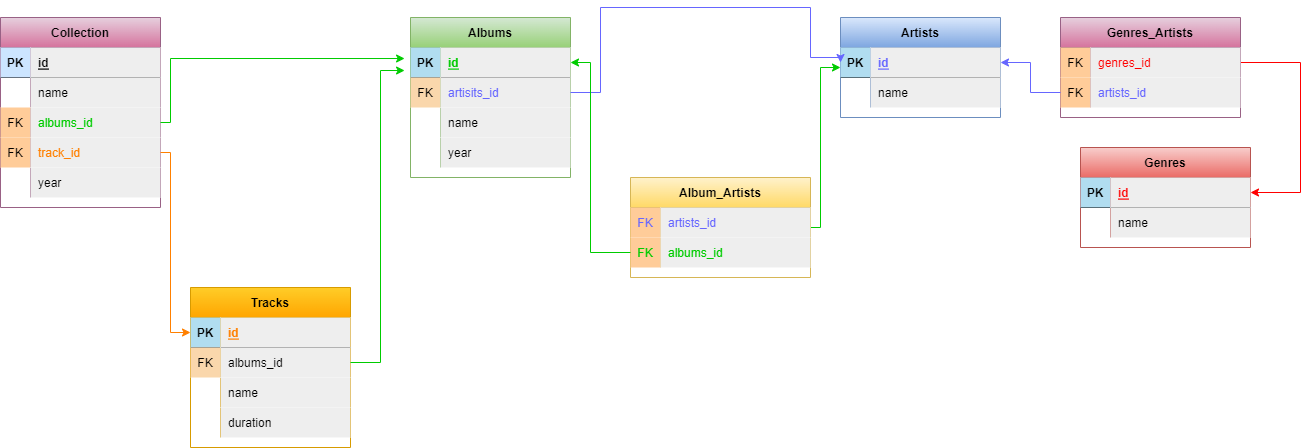
Above: music servise_02.drawio.png in NitkaMax/Homework-PostgreSQL (draw.io), before the change. Source tidied: cells renumbered, new cells last; positions are measured from the earlier drawing's top-left corner, leaving out a move shared by most shapes.
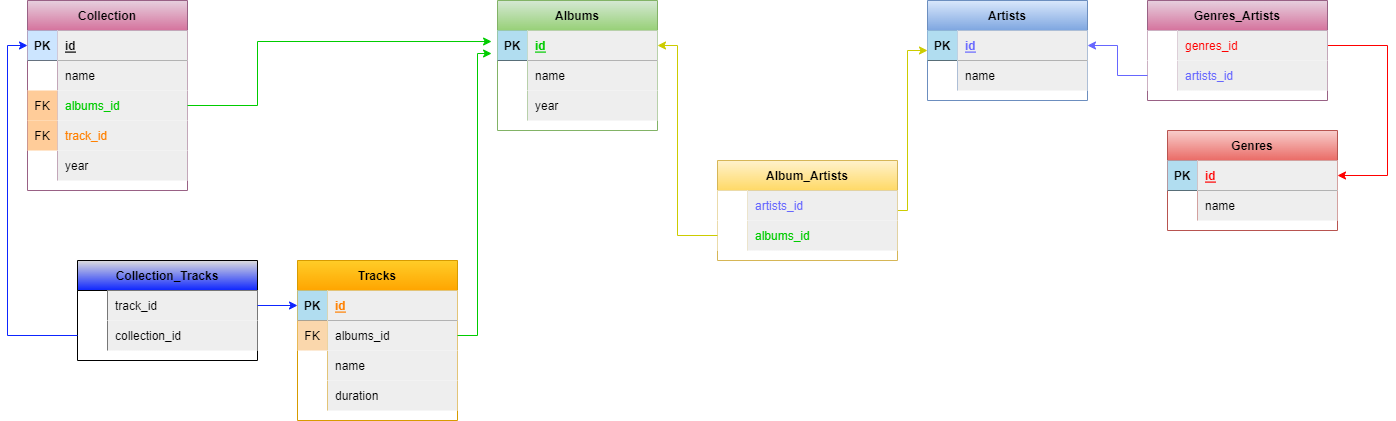
The same file after the commit.

What changed in the source:
```diff
@@ -3,7 +3,7 @@
     <mxCell id="0" />
     <mxCell id="1" parent="0" />
     <mxCell id="2" value="Tracks" style="shape=table;startSize=30;rowLines=0;fontStyle=1;align=center;fillColor=#ffcd28;gradientColor=#ffa500;strokeColor=#d79b00;" parent="1" vertex="1">
-      <mxGeometry x="190" y="280" width="160" height="160" as="geometry" />
+      <mxGeometry x="210" y="270" width="160" height="160" as="geometry" />
     </mxCell>
     <mxCell id="3" style="shape=tableRow;horizontal=0;startSize=0;swimlaneHead=0;swimlaneBody=0;fillColor=none;points=[[0,0.5],[1,0.5]];portConstraint=eastwest;top=0;left=0;right=0;bottom=1;" parent="2" vertex="1">
       <mxGeometry y="30" width="160" height="30" as="geometry" />
@@ -42,7 +42,7 @@
       <mxGeometry x="30" width="130" height="30" as="geometry" />
     </mxCell>
     <mxCell id="15" value="Albums" style="shape=table;startSize=30;rowLines=0;fontStyle=1;align=center;fillColor=#d5e8d4;gradientColor=#97d077;strokeColor=#82b366;" parent="1" vertex="1">
-      <mxGeometry x="410" y="10" width="160" height="160" as="geometry" />
+      <mxGeometry x="410" y="10" width="160" height="130" as="geometry" />
     </mxCell>
     <mxCell id="16" style="shape=tableRow;horizontal=0;startSize=0;swimlaneHead=0;swimlaneBody=0;fillColor=none;points=[[0,0.5],[1,0.5]];portConstraint=eastwest;top=0;left=0;right=0;bottom=1;" parent="15" vertex="1">
       <mxGeometry y="30" width="160" height="30" as="geometry" />
@@ -53,17 +53,8 @@
     <mxCell id="18" value="id" style="shape=partialRectangle;fillColor=#eeeeee;top=0;left=0;bottom=0;right=0;align=left;spacingLeft=6;fontStyle=5;overflow=hidden;strokeColor=#36393d;fontColor=#00CC00;" parent="16" vertex="1">
       <mxGeometry x="30" width="130" height="30" as="geometry" />
     </mxCell>
-    <mxCell id="19" style="shape=tableRow;horizontal=0;startSize=0;swimlaneHead=0;swimlaneBody=0;fillColor=none;points=[[0,0.5],[1,0.5]];portConstraint=eastwest;top=0;left=0;right=0;bottom=0;" parent="15" vertex="1">
-      <mxGeometry y="60" width="160" height="30" as="geometry" />
-    </mxCell>
-    <mxCell id="20" value="FK" style="shape=partialRectangle;fillColor=#fad7ac;top=0;left=0;bottom=0;right=0;overflow=hidden;strokeColor=#b46504;" parent="19" vertex="1">
-      <mxGeometry width="30" height="30" as="geometry" />
-    </mxCell>
-    <mxCell id="21" value="artisits_id" style="shape=partialRectangle;fillColor=#eeeeee;top=0;left=0;bottom=0;right=0;align=left;spacingLeft=6;overflow=hidden;strokeColor=#36393d;fontColor=#6666FF;" parent="19" vertex="1">
-      <mxGeometry x="30" width="130" height="30" as="geometry" />
-    </mxCell>
     <mxCell id="22" style="shape=tableRow;horizontal=0;startSize=0;swimlaneHead=0;swimlaneBody=0;fillColor=none;top=0;left=0;right=0;bottom=0;" parent="15" vertex="1">
-      <mxGeometry y="90" width="160" height="30" as="geometry" />
+      <mxGeometry y="60" width="160" height="30" as="geometry" />
     </mxCell>
     <mxCell id="23" style="shape=partialRectangle;fillColor=none;top=0;left=0;bottom=0;right=0;overflow=hidden;" parent="22" vertex="1">
       <mxGeometry width="30" height="30" as="geometry" />
@@ -72,7 +63,7 @@
       <mxGeometry x="30" width="130" height="30" as="geometry" />
     </mxCell>
     <mxCell id="25" style="shape=tableRow;horizontal=0;startSize=0;swimlaneHead=0;swimlaneBody=0;fillColor=none;top=0;left=0;right=0;bottom=0;" parent="15" vertex="1">
-      <mxGeometry y="120" width="160" height="30" as="geometry" />
+      <mxGeometry y="90" width="160" height="30" as="geometry" />
     </mxCell>
     <mxCell id="26" style="shape=partialRectangle;fillColor=none;top=0;left=0;bottom=0;right=0;overflow=hidden;" parent="25" vertex="1">
       <mxGeometry width="30" height="30" as="geometry" />
@@ -122,19 +113,8 @@
     <mxCell id="41" value="name" style="shape=partialRectangle;fillColor=#eeeeee;top=0;left=0;bottom=0;right=0;align=left;spacingLeft=6;overflow=hidden;strokeColor=#36393d;" parent="39" vertex="1">
       <mxGeometry x="30" width="140" height="30" as="geometry" />
     </mxCell>
-    <mxCell id="42" style="edgeStyle=orthogonalEdgeStyle;rounded=0;jettySize=auto;html=1;entryX=0;entryY=0.5;entryDx=0;entryDy=0;strokeColor=#6666FF;" parent="1" edge="1" source="19" target="29">
-      <mxGeometry relative="1" as="geometry">
-        <Array as="points">
-          <mxPoint x="600" y="85" />
-          <mxPoint x="600" />
-          <mxPoint x="810" />
-          <mxPoint x="810" y="50" />
-          <mxPoint x="840" y="50" />
-        </Array>
-      </mxGeometry>
-    </mxCell>
     <mxCell id="43" value="Collection" style="shape=table;startSize=30;rowLines=0;fontStyle=1;align=center;fillColor=#e6d0de;strokeColor=#996185;gradientColor=#d5739d;" parent="1" vertex="1">
-      <mxGeometry y="10" width="160" height="190" as="geometry" />
+      <mxGeometry x="-60" y="10" width="160" height="190" as="geometry" />
     </mxCell>
     <mxCell id="44" style="shape=tableRow;horizontal=0;startSize=0;swimlaneHead=0;swimlaneBody=0;fillColor=none;points=[[0,0.5],[1,0.5]];portConstraint=eastwest;top=0;left=0;right=0;bottom=1;" parent="43" vertex="1">
       <mxGeometry y="30" width="160" height="30" as="geometry" />
@@ -189,14 +169,6 @@
         </Array>
       </mxGeometry>
     </mxCell>
-    <mxCell id="60" style="edgeStyle=orthogonalEdgeStyle;rounded=0;jettySize=auto;html=1;entryX=0;entryY=0.5;entryDx=0;entryDy=0;strokeColor=#FF8000;" parent="1" edge="1" source="53" target="3">
-      <mxGeometry relative="1" as="geometry">
-        <Array as="points">
-          <mxPoint x="170" y="145" />
-          <mxPoint x="170" y="325" />
-        </Array>
-      </mxGeometry>
-    </mxCell>
     <mxCell id="61" style="edgeStyle=orthogonalEdgeStyle;rounded=0;jettySize=auto;html=1;entryX=-0.037;entryY=0.767;entryDx=0;entryDy=0;entryPerimeter=0;fillColor=#e51400;strokeColor=#00CC00;" parent="1" edge="1" source="6" target="16">
       <mxGeometry relative="1" as="geometry" />
     </mxCell>
@@ -214,7 +186,7 @@
     <mxCell id="64" style="shape=tableRow;horizontal=0;startSize=0;swimlaneHead=0;swimlaneBody=0;fillColor=none;points=[[0,0.5],[1,0.5]];portConstraint=eastwest;top=0;left=0;right=0;bottom=0;fontColor=#FF0000;" parent="63" vertex="1">
       <mxGeometry y="30" width="180" height="30" as="geometry" />
     </mxCell>
-    <mxCell id="65" value="FK" style="shape=partialRectangle;fillColor=#ffcc99;top=0;left=0;bottom=0;right=0;overflow=hidden;strokeColor=#36393d;" parent="64" vertex="1">
+    <mxCell id="65" style="shape=partialRectangle;fillColor=#FFFFFF;top=0;left=0;bottom=0;right=0;overflow=hidden;strokeColor=#36393d;" parent="64" vertex="1">
       <mxGeometry width="30" height="30" as="geometry" />
     </mxCell>
     <mxCell id="66" value="genres_id" style="shape=partialRectangle;fillColor=#eeeeee;top=0;left=0;bottom=0;right=0;align=left;spacingLeft=6;overflow=hidden;strokeColor=#36393d;fontColor=#FF0000;" parent="64" vertex="1">
@@ -223,7 +195,7 @@
     <mxCell id="67" style="shape=tableRow;horizontal=0;startSize=0;swimlaneHead=0;swimlaneBody=0;fillColor=none;points=[[0,0.5],[1,0.5]];portConstraint=eastwest;top=0;left=0;right=0;bottom=0;fontColor=#FF0000;" parent="63" vertex="1">
       <mxGeometry y="60" width="180" height="30" as="geometry" />
     </mxCell>
-    <mxCell id="68" value="FK" style="shape=partialRectangle;fillColor=#ffcc99;top=0;left=0;bottom=0;right=0;overflow=hidden;strokeColor=#36393d;" parent="67" vertex="1">
+    <mxCell id="68" style="shape=partialRectangle;fillColor=#FFFFFF;top=0;left=0;bottom=0;right=0;overflow=hidden;strokeColor=#36393d;" parent="67" vertex="1">
       <mxGeometry width="30" height="30" as="geometry" />
     </mxCell>
     <mxCell id="69" value="artists_id" style="shape=partialRectangle;fillColor=#eeeeee;top=0;left=0;bottom=0;right=0;align=left;spacingLeft=6;overflow=hidden;strokeColor=#36393d;fontColor=#6666FF;" parent="67" vertex="1">
@@ -232,7 +204,7 @@
     <mxCell id="70" style="edgeStyle=orthogonalEdgeStyle;rounded=0;jettySize=auto;html=1;entryX=1;entryY=0.5;entryDx=0;entryDy=0;fontColor=#6666FF;strokeColor=#6666FF;" parent="1" edge="1" source="67" target="29">
       <mxGeometry relative="1" as="geometry" />
     </mxCell>
-    <mxCell id="71" style="edgeStyle=orthogonalEdgeStyle;rounded=0;jettySize=auto;html=1;fontColor=#00CC00;strokeColor=#00CC00;" parent="1" edge="1" source="72">
+    <mxCell id="71" style="edgeStyle=orthogonalEdgeStyle;rounded=0;jettySize=auto;html=1;fontColor=#00CC00;strokeColor=#CCCC00;" parent="1" edge="1" source="72">
       <mxGeometry relative="1" as="geometry">
         <mxPoint x="840" y="60" as="targetPoint" />
         <Array as="points">
@@ -247,7 +219,7 @@
     <mxCell id="73" style="shape=tableRow;horizontal=0;startSize=0;swimlaneHead=0;swimlaneBody=0;fillColor=none;top=0;left=0;right=0;bottom=0;fontColor=#6666FF;" parent="72" vertex="1">
       <mxGeometry y="30" width="180" height="30" as="geometry" />
     </mxCell>
-    <mxCell id="74" value="FK" style="shape=partialRectangle;fillColor=#ffcc99;top=0;left=0;bottom=0;right=0;overflow=hidden;strokeColor=#36393d;fontColor=#6666FF;" parent="73" vertex="1">
+    <mxCell id="74" style="shape=partialRectangle;fillColor=#FFFFFF;top=0;left=0;bottom=0;right=0;overflow=hidden;strokeColor=#36393d;fontColor=#6666FF;" parent="73" vertex="1">
       <mxGeometry width="30" height="30" as="geometry" />
     </mxCell>
     <mxCell id="75" value="artists_id" style="shape=partialRectangle;fillColor=#eeeeee;top=0;left=0;bottom=0;right=0;align=left;spacingLeft=6;overflow=hidden;strokeColor=#36393d;fontColor=#6666FF;" parent="73" vertex="1">
@@ -256,13 +228,13 @@
     <mxCell id="76" style="shape=tableRow;horizontal=0;startSize=0;swimlaneHead=0;swimlaneBody=0;fillColor=none;points=[[0,0.5],[1,0.5]];portConstraint=eastwest;top=0;left=0;right=0;bottom=0;fontColor=#6666FF;" parent="72" vertex="1">
       <mxGeometry y="60" width="180" height="30" as="geometry" />
     </mxCell>
-    <mxCell id="77" value="FK" style="shape=partialRectangle;fillColor=#ffcc99;top=0;left=0;bottom=0;right=0;overflow=hidden;strokeColor=#36393d;fontColor=#00CC00;" parent="76" vertex="1">
+    <mxCell id="77" style="shape=partialRectangle;fillColor=#FFFFFF;top=0;left=0;bottom=0;right=0;overflow=hidden;strokeColor=#36393d;fontColor=#00CC00;" parent="76" vertex="1">
       <mxGeometry width="30" height="30" as="geometry" />
     </mxCell>
     <mxCell id="78" value="albums_id" style="shape=partialRectangle;fillColor=#eeeeee;top=0;left=0;bottom=0;right=0;align=left;spacingLeft=6;overflow=hidden;strokeColor=#36393d;fontColor=#00CC00;" parent="76" vertex="1">
       <mxGeometry x="30" width="150" height="30" as="geometry" />
     </mxCell>
-    <mxCell id="79" style="edgeStyle=orthogonalEdgeStyle;rounded=0;jettySize=auto;html=1;entryX=1;entryY=0.5;entryDx=0;entryDy=0;fontColor=#00CC00;strokeColor=#00CC00;" parent="1" edge="1" source="76" target="16">
+    <mxCell id="79" style="edgeStyle=orthogonalEdgeStyle;rounded=0;jettySize=auto;html=1;entryX=1;entryY=0.5;entryDx=0;entryDy=0;fontColor=#00CC00;strokeColor=#CCCC00;fillColor=#ffff88;" parent="1" edge="1" source="76" target="16">
       <mxGeometry relative="1" as="geometry">
         <Array as="points">
           <mxPoint x="590" y="245" />
@@ -270,5 +242,32 @@
         </Array>
       </mxGeometry>
     </mxCell>
+    <mxCell id="80" value="Collection_Tracks" style="shape=table;startSize=30;rowLines=0;fontStyle=1;align=center;fillColor=#0D25FF;gradientColor=#DEDEDE;gradientDirection=north;" parent="1" vertex="1">
+      <mxGeometry x="-10" y="270" width="180" height="100" as="geometry" />
+    </mxCell>
+    <mxCell id="81" style="shape=tableRow;horizontal=0;startSize=0;swimlaneHead=0;swimlaneBody=0;fillColor=none;points=[[0,0.5],[1,0.5]];portConstraint=eastwest;top=0;left=0;right=0;bottom=0;" parent="80" vertex="1">
+      <mxGeometry y="30" width="180" height="30" as="geometry" />
+    </mxCell>
+    <mxCell id="82" style="shape=partialRectangle;fillColor=none;top=0;left=0;bottom=0;right=0;overflow=hidden;" parent="81" vertex="1">
+      <mxGeometry width="30" height="30" as="geometry" />
+    </mxCell>
+    <mxCell id="83" value="track_id" style="shape=partialRectangle;fillColor=#eeeeee;top=0;left=0;bottom=0;right=0;align=left;spacingLeft=6;overflow=hidden;strokeColor=#36393d;" parent="81" vertex="1">
+      <mxGeometry x="30" width="150" height="30" as="geometry" />
+    </mxCell>
+    <mxCell id="84" style="shape=tableRow;horizontal=0;startSize=0;swimlaneHead=0;swimlaneBody=0;fillColor=none;points=[[0,0.5],[1,0.5]];portConstraint=eastwest;top=0;left=0;right=0;bottom=0;" parent="80" vertex="1">
+      <mxGeometry y="60" width="180" height="30" as="geometry" />
+    </mxCell>
+    <mxCell id="85" style="shape=partialRectangle;fillColor=none;top=0;left=0;bottom=0;right=0;overflow=hidden;" parent="84" vertex="1">
+      <mxGeometry width="30" height="30" as="geometry" />
+    </mxCell>
+    <mxCell id="86" value="collection_id" style="shape=partialRectangle;fillColor=#eeeeee;top=0;left=0;bottom=0;right=0;align=left;spacingLeft=6;overflow=hidden;strokeColor=#36393d;" parent="84" vertex="1">
+      <mxGeometry x="30" width="150" height="30" as="geometry" />
+    </mxCell>
+    <mxCell id="87" style="edgeStyle=orthogonalEdgeStyle;rounded=0;jettySize=auto;html=1;entryX=0;entryY=0.5;entryDx=0;entryDy=0;strokeColor=#0D25FF;" parent="1" edge="1" source="81" target="3">
+      <mxGeometry relative="1" as="geometry" />
+    </mxCell>
+    <mxCell id="88" style="edgeStyle=orthogonalEdgeStyle;rounded=0;jettySize=auto;html=1;entryX=0;entryY=0.5;entryDx=0;entryDy=0;strokeColor=#0D25FF;" parent="1" edge="1" source="84" target="44">
+      <mxGeometry relative="1" as="geometry" />
+    </mxCell>
   </root>
 </mxGraphModel>
```
